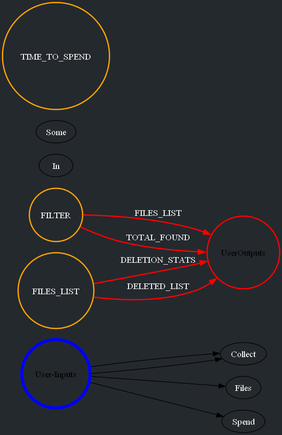
This is appContent/flow.png from Asaf-prog/stepper, a Graphviz export, as it was before one commit. Its source is kept beside it as appContent/flow.dot.
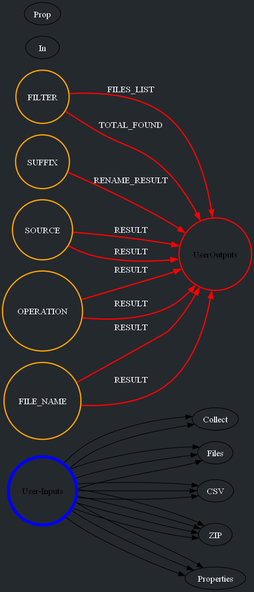
Later version of the same file.

Change to the diagram source:
```diff
@@ -7,15 +7,36 @@
   node [fontcolor=white];
   edge [fontcolor=white];
   Collect Files In Folder [label="Collect Files In Folder\n(1)", shape=circle, color=green, penwidth=2 ];
-  Spend Some Time [label="Spend Some Time\n(2)", shape=circle, color=green, penwidth=2 ];
-  Files Deleter [label="Files Deleter\n(3)", shape=circle, color=green, penwidth=2 ];
+  Files Renamer [label="Files Renamer\n(2)", shape=circle, color=green, penwidth=2 ];
+  CSV Exporter [label="CSV Exporter\n(3)", shape=circle, color=green, penwidth=2 ];
+  CSV File Dumper [label="CSV File Dumper\n(4)", shape=circle, color=green, penwidth=2 ];
+  ZIP CSV File [label="ZIP CSV File\n(5)", shape=circle, color=green, penwidth=2 ];
+  Properties Exporter [label="Properties Exporter\n(6)", shape=circle, color=green, penwidth=2 ];
+  Properties File Dumper [label="Properties File Dumper\n(7)", shape=circle, color=green, penwidth=2 ];
+  ZIP Prop File [label="ZIP Prop File\n(8)", shape=circle, color=green, penwidth=2 ];
   user_inputs -> Collect Files In Folder [label="FOLDER_NAME", color=orange, penwidth=2 ];
   user_inputs -> Collect Files In Folder [label="FILTER", color=orange, penwidth=2 ];
   Collect Files In Folder -> user_outputs [label="FILES_LIST", color=red, penwidth=2 ];
   Collect Files In Folder -> user_outputs [label="TOTAL_FOUND", color=red, penwidth=2 ];
-  user_inputs -> Spend Some Time [label="TIME_TO_SPEND", color=orange, penwidth=2 ];
-  user_inputs -> Files Deleter [label="FILES_LIST", color=orange, penwidth=2 ];
-  Files Deleter -> user_outputs [label="DELETION_STATS", color=red, penwidth=2 ];
-  Files Deleter -> user_outputs [label="DELETED_LIST", color=red, penwidth=2 ];
+  user_inputs -> Files Renamer [label="FILES_TO_RENAME", color=orange, penwidth=2 ];
+  user_inputs -> Files Renamer [label="PREFIX", color=orange, penwidth=2 ];
+  user_inputs -> Files Renamer [label="SUFFIX", color=orange, penwidth=2 ];
+  Files Renamer -> user_outputs [label="RENAME_RESULT", color=red, penwidth=2 ];
+  user_inputs -> CSV Exporter [label="SOURCE", color=orange, penwidth=2 ];
+  CSV Exporter -> user_outputs [label="RESULT", color=red, penwidth=2 ];
+  user_inputs -> CSV File Dumper [label="CONTENT", color=orange, penwidth=2 ];
+  user_inputs -> CSV File Dumper [label="FILE_NAME", color=orange, penwidth=2 ];
+  CSV File Dumper -> user_outputs [label="RESULT", color=red, penwidth=2 ];
+  user_inputs -> ZIP CSV File [label="SOURCE", color=orange, penwidth=2 ];
+  user_inputs -> ZIP CSV File [label="OPERATION", color=orange, penwidth=2 ];
+  ZIP CSV File -> user_outputs [label="RESULT", color=red, penwidth=2 ];
+  user_inputs -> Properties Exporter [label="SOURCE", color=orange, penwidth=2 ];
+  Properties Exporter -> user_outputs [label="RESULT", color=red, penwidth=2 ];
+  user_inputs -> Properties File Dumper [label="CONTENT", color=orange, penwidth=2 ];
+  user_inputs -> Properties File Dumper [label="FILE_NAME", color=orange, penwidth=2 ];
+  Properties File Dumper -> user_outputs [label="RESULT", color=red, penwidth=2 ];
+  user_inputs -> ZIP Prop File [label="SOURCE", color=orange, penwidth=2 ];
+  user_inputs -> ZIP Prop File [label="OPERATION", color=orange, penwidth=2 ];
+  ZIP Prop File -> user_outputs [label="RESULT", color=red, penwidth=2 ];
   user_outputs [label="UserOutputs", shape=circle, color=red , penwidth=2 ];
 }
```
